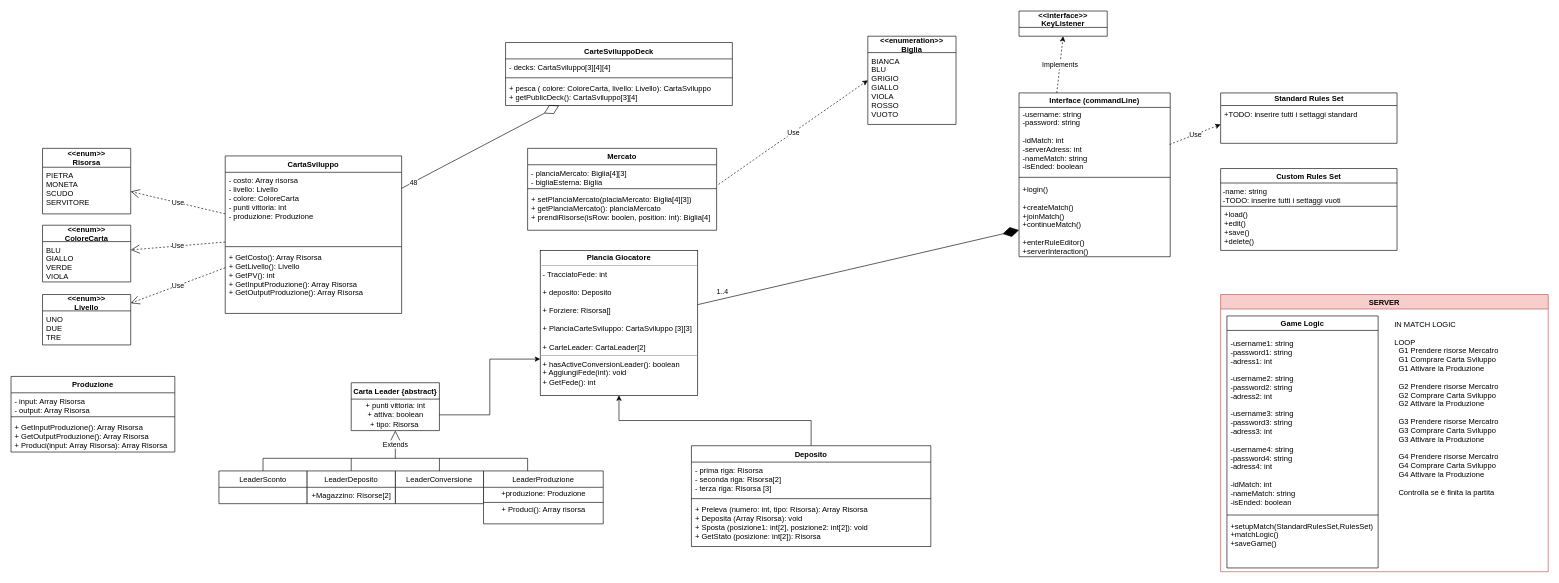
The draw.io diagram Untitled Diagram.drawio in DavideLancini/ing-sw-2021-Lancini-Gilli-Frigerio, before the edit. Source tidied: cells renumbered, new cells numbered last; positions are measured from the earlier drawing's top-left corner, leaving out a move shared by most shapes. Both pictures are drawn from the tidied source at 63%, with x=0, y=0 at pixel (11, 11).
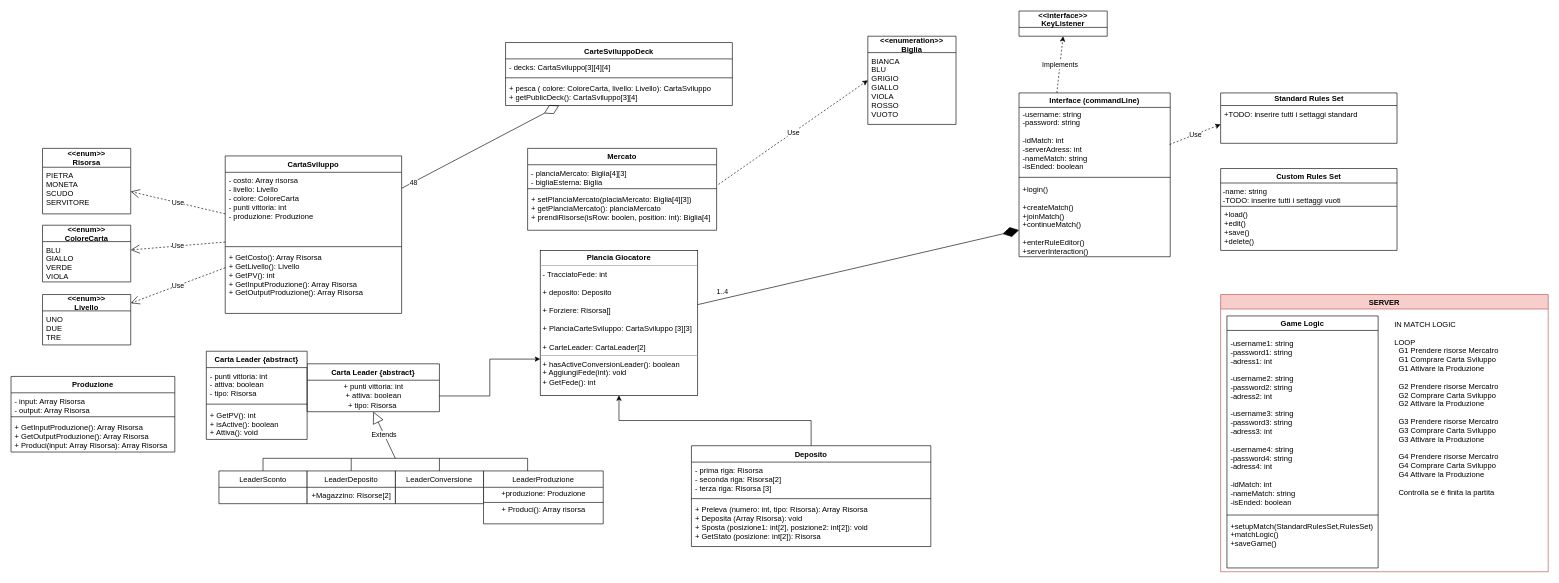
The same diagram, later.

The edit, as a diff of the source:
```diff
@@
     <mxCell id="11" value="Carta Leader {abstract}" style="swimlane;fontStyle=1;horizontal=1;startSize=26;swimlaneFillColor=#ffffff;" parent="1" vertex="1">
-      <mxGeometry x="540" y="590" width="140" height="76" as="geometry" />
+      <mxGeometry x="470" y="560" width="210" height="76" as="geometry" />
     </mxCell>
     <mxCell id="12" value="&lt;span style=&quot;text-align: left&quot;&gt;+ punti vittoria: int&lt;br&gt;+ attiva: boolean&lt;br&gt;+ tipo: Risorsa&amp;nbsp;&lt;/span&gt;" style="text;html=1;align=center;verticalAlign=middle;points=[];" parent="11" vertex="1">
-      <mxGeometry y="26" width="140" height="50" as="geometry" />
+      <mxGeometry y="26" width="210" height="50" as="geometry" />
     </mxCell>
@@
+    <mxCell id="79" value="Carta Leader {abstract}" style="swimlane;fontStyle=1;align=center;verticalAlign=top;horizontal=1;startSize=26;" parent="1" vertex="1">
+      <mxGeometry x="310" y="540" width="160" height="140" as="geometry" />
+    </mxCell>
+    <mxCell id="80" value="- punti vittoria: int&#10;- attiva: boolean&#10;- tipo: Risorsa " style="text;strokeColor=none;fillColor=none;align=left;verticalAlign=top;spacingLeft=4;spacingRight=4;overflow=hidden;" parent="79" vertex="1">
+      <mxGeometry y="26" width="160" height="54" as="geometry" />
+    </mxCell>
+    <mxCell id="81" style="line;strokeWidth=1;fillColor=none;align=left;verticalAlign=middle;spacingTop=-1;spacingLeft=3;spacingRight=3;labelPosition=right;" parent="79" vertex="1">
+      <mxGeometry y="80" width="160" height="8" as="geometry" />
+    </mxCell>
+    <mxCell id="82" value="+ GetPV(): int&#10;+ isActive(): boolean&#10;+ Attiva(): void" style="text;strokeColor=none;fillColor=none;align=left;verticalAlign=top;spacingLeft=4;spacingRight=4;overflow=hidden;" parent="79" vertex="1">
+      <mxGeometry y="88" width="160" height="52" as="geometry" />
+    </mxCell>
```
